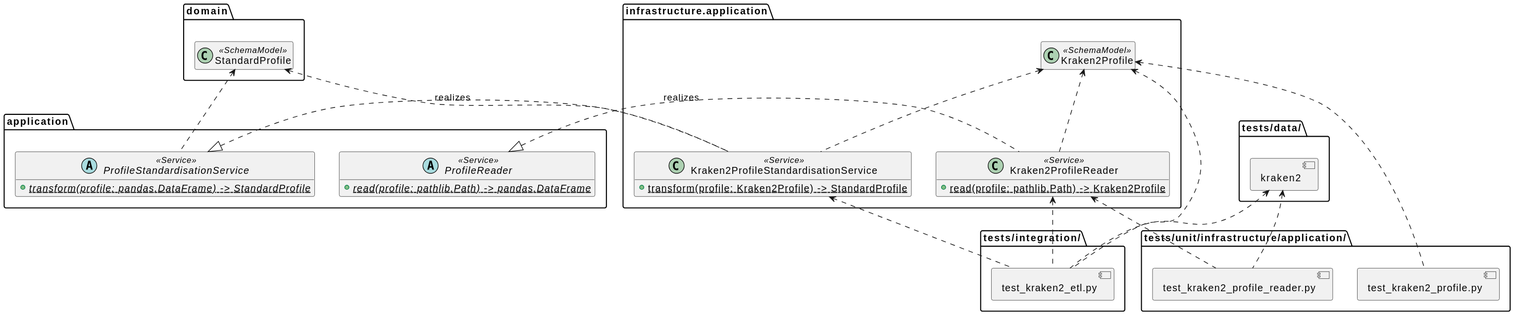
taxprofiler/taxpasta keeps this PlantUML diagram as docs/contributing/taxpasta_profiler_support_overview.svg. Above is the earlier version.
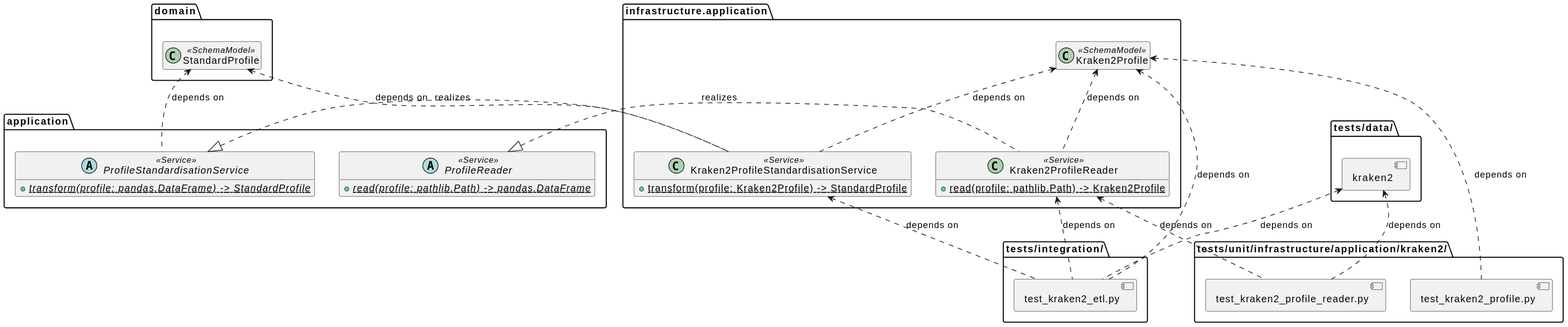
Above is the later version.

The edit, as a diff of the source:
```diff
@@ -24,11 +24,11 @@
 class domain.StandardProfile <<SchemaModel>>
 class infrastructure.application.Kraken2Profile <<SchemaModel>>
 
-infrastructure.application.Kraken2Profile <.. infrastructure.application.Kraken2ProfileReader
-infrastructure.application.Kraken2Profile <.. infrastructure.application.Kraken2ProfileStandardisationService
+infrastructure.application.Kraken2Profile <.. infrastructure.application.Kraken2ProfileReader : "depends on"
+infrastructure.application.Kraken2Profile <.. infrastructure.application.Kraken2ProfileStandardisationService : "depends on"
 
-domain.StandardProfile <.. application.ProfileStandardisationService
-domain.StandardProfile <.. infrastructure.application.Kraken2ProfileStandardisationService
+domain.StandardProfile <.. application.ProfileStandardisationService : "depends on"
+domain.StandardProfile <.. infrastructure.application.Kraken2ProfileStandardisationService : "depends on"
 
 set namespaceSeparator /
 
@@ -36,22 +36,22 @@
     component "kraken2"
 }
 
-folder "tests/unit/infrastructure/application/" {
+folder "tests/unit/infrastructure/application/kraken2/" {
     component "test_kraken2_profile.py"
     component "test_kraken2_profile_reader.py"
 
-    infrastructure.application.Kraken2Profile <.. "test_kraken2_profile.py"
-    infrastructure.application.Kraken2ProfileReader <.. "test_kraken2_profile_reader.py"
-    "kraken2" <.. "test_kraken2_profile_reader.py"
+    infrastructure.application.Kraken2Profile <.. "test_kraken2_profile.py" : "depends on"
+    infrastructure.application.Kraken2ProfileReader <.. "test_kraken2_profile_reader.py" : "depends on"
+    "kraken2" <.. "test_kraken2_profile_reader.py" : "depends on"
 }
 
 folder "tests/integration/" {
     component "test_kraken2_etl.py"
 
-    infrastructure.application.Kraken2Profile <.. "test_kraken2_etl.py"
-    infrastructure.application.Kraken2ProfileReader <.. "test_kraken2_etl.py"
-    infrastructure.application.Kraken2ProfileStandardisationService <.. "test_kraken2_etl.py"
-    "kraken2" <.. "test_kraken2_etl.py"
+    infrastructure.application.Kraken2Profile <.. "test_kraken2_etl.py" : "depends on"
+    infrastructure.application.Kraken2ProfileReader <.. "test_kraken2_etl.py" : "depends on"
+    infrastructure.application.Kraken2ProfileStandardisationService <.. "test_kraken2_etl.py" : "depends on"
+    "kraken2" <.. "test_kraken2_etl.py" : "depends on"
 }
 
 hide empty members
```
